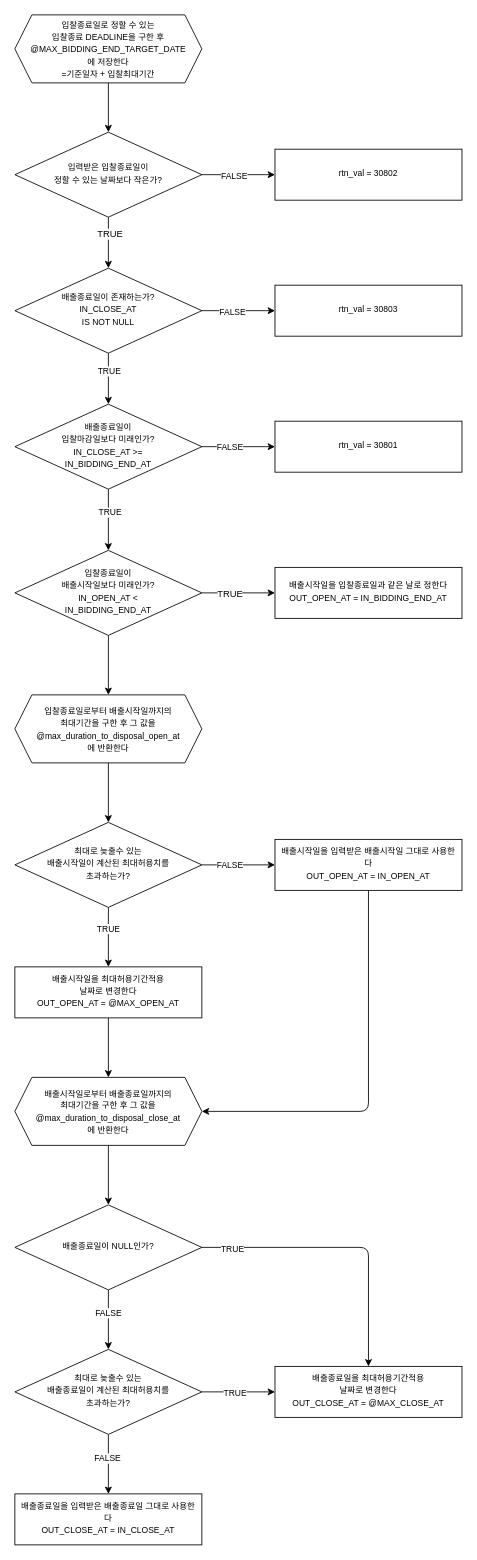
Leo-Nam/stored-procedures keeps this draw.io diagram as drawio/sp_set_bidding_schedule.drawio. Above is the earlier version. Source tidied: cells renumbered, new cells numbered last; positions are measured from the earlier drawing's top-left corner, leaving out a move shared by most shapes. Both pictures are drawn from the tidied source at 85%, with x=0, y=0 at pixel (14, 14).
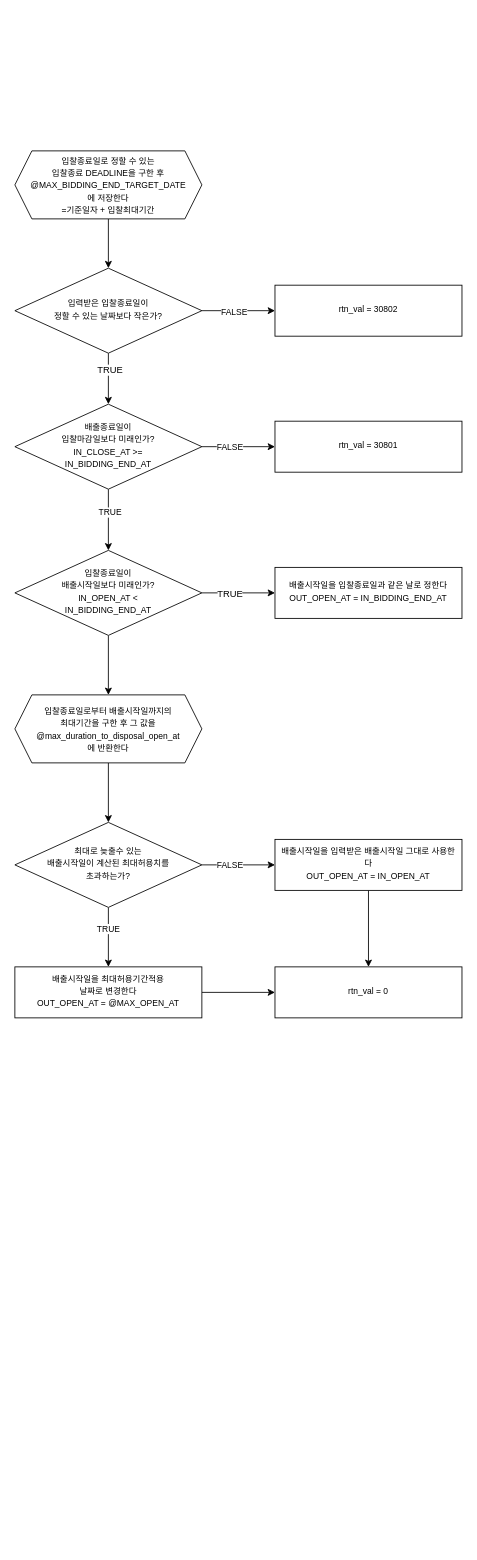
After the change.

The change refers to these unchanged cells:
```xml
<mxCell id="13" value="&lt;span style=&quot;font-size: 10px&quot;&gt;배출종료일이 &lt;br&gt;입찰마감일보다 미래인가?&lt;/span&gt;&lt;br&gt;&lt;span style=&quot;font-size: 10px&quot;&gt;IN_CLOSE_AT &amp;gt;= &lt;br&gt;IN_BIDDING_END_AT&lt;/span&gt;" style="rhombus;whiteSpace=wrap;html=1;shadow=0;strokeWidth=1;spacing=6;spacingTop=-4;" parent="1" vertex="1">
  <mxGeometry y="458" width="220" height="100" as="geometry" />
</mxCell>
<mxCell id="32" value="&lt;span style=&quot;font-size: 10px&quot;&gt;배출시작일을 최대허용기간적용 &lt;br&gt;날짜로 변경한다&lt;br&gt;OUT_OPEN_AT = @MAX_OPEN_AT&lt;/span&gt;" style="whiteSpace=wrap;html=1;shadow=0;strokeWidth=1;spacing=6;spacingTop=-4;" parent="1" vertex="1">
  <mxGeometry y="1120" width="220" height="60" as="geometry" />
</mxCell>
<mxCell id="34" value="&lt;span style=&quot;font-size: 10px&quot;&gt;배출시작일을 입력받은 배출시작일 그대로 사용한다&lt;br&gt;OUT_OPEN_AT =&amp;nbsp;&lt;/span&gt;&lt;span style=&quot;font-size: 10px&quot;&gt;IN_OPEN_AT&lt;/span&gt;" style="whiteSpace=wrap;html=1;shadow=0;strokeWidth=1;spacing=6;spacingTop=-4;" parent="1" vertex="1">
  <mxGeometry x="306" y="970" width="220" height="60" as="geometry" />
</mxCell>
```

The edit, as a diff of the source:
```diff
@@
-    <mxCell id="2" style="edgeStyle=none;html=1;exitX=0.5;exitY=1;exitDx=0;exitDy=0;entryX=0.5;entryY=0;entryDx=0;entryDy=0;" parent="1" edge="1" source="6" target="18">
+    <mxCell id="2" style="edgeStyle=none;html=1;exitX=0.5;exitY=1;exitDx=0;exitDy=0;entryX=0.5;entryY=0;entryDx=0;entryDy=0;" parent="1" edge="1" source="6" target="13">
       <mxGeometry relative="1" as="geometry" />
     </mxCell>
@@
     <mxCell id="6" value="&lt;span style=&quot;font-size: 10px&quot;&gt;입력받은 입찰종료일이 &lt;br&gt;정할 수 있는 날짜보다 작은가?&lt;/span&gt;" style="rhombus;whiteSpace=wrap;html=1;shadow=0;strokeWidth=1;spacing=6;spacingTop=-4;" parent="1" vertex="1">
-      <mxGeometry y="138" width="220" height="100" as="geometry" />
+      <mxGeometry y="298" width="220" height="100" as="geometry" />
     </mxCell>
-    <mxCell id="7" style="edgeStyle=none;html=1;entryX=0.5;entryY=0;entryDx=0;entryDy=0;exitX=0.5;exitY=1;exitDx=0;exitDy=0;" parent="1" edge="1" source="18" target="13">
-      <mxGeometry relative="1" as="geometry" />
-    </mxCell>
-    <mxCell id="8" value="TRUE" style="edgeLabel;html=1;align=center;verticalAlign=middle;fontSize=10;" parent="7" vertex="1">
-      <mxGeometry x="-0.33" relative="1" as="geometry" />
-    </mxCell>
@@
     <mxCell id="15" value="&lt;span style=&quot;font-size: 10px&quot;&gt;입찰종료일로 정할 수 있는 &lt;br&gt;입찰종료 DEADLINE을 구한 후@MAX_BIDDING_END_TARGET_DATE&lt;/span&gt;&lt;br&gt;&lt;span style=&quot;font-size: 10px&quot;&gt;에 저장한다&lt;/span&gt;&lt;span style=&quot;font-size: 10px&quot;&gt;&lt;br&gt;=기준일자 + 입찰최대기간&lt;/span&gt;" style="shape=hexagon;perimeter=hexagonPerimeter2;whiteSpace=wrap;html=1;fixedSize=1;" parent="1" vertex="1">
-      <mxGeometry width="220" height="80" as="geometry" />
+      <mxGeometry y="160" width="220" height="80" as="geometry" />
     </mxCell>
-    <mxCell id="16" style="edgeStyle=orthogonalEdgeStyle;html=1;fontSize=10;" parent="1" edge="1" source="18" target="51">
-      <mxGeometry relative="1" as="geometry" />
-    </mxCell>
-    <mxCell id="17" value="FALSE" style="edgeLabel;html=1;align=center;verticalAlign=middle;fontSize=10;" parent="16" vertex="1">
-      <mxGeometry x="-0.18" relative="1" as="geometry" />
-    </mxCell>
-    <mxCell id="18" value="&lt;span style=&quot;font-size: 10px&quot;&gt;배출종료일이 존재하는가?&lt;/span&gt;&lt;br&gt;&lt;span style=&quot;font-size: 10px&quot;&gt;IN_CLOSE_AT&lt;br&gt;IS NOT NULL&lt;/span&gt;" style="rhombus;whiteSpace=wrap;html=1;shadow=0;strokeWidth=1;spacing=6;spacingTop=-4;" parent="1" vertex="1">
-      <mxGeometry y="298" width="220" height="100" as="geometry" />
-    </mxCell>
@@
-    <mxCell id="31" style="edgeStyle=none;html=1;fontSize=10;" parent="1" edge="1" source="32" target="36">
-      <mxGeometry relative="1" as="geometry" />
-    </mxCell>
+    <mxCell id="52" style="edgeStyle=orthogonalEdgeStyle;html=1;fontSize=10;" parent="1" edge="1" source="32" target="54">
+      <mxGeometry relative="1" as="geometry" />
+    </mxCell>
@@
-    <mxCell id="33" style="edgeStyle=orthogonalEdgeStyle;html=1;entryX=1;entryY=0.5;entryDx=0;entryDy=0;fontSize=10;exitX=0.5;exitY=1;exitDx=0;exitDy=0;" parent="1" edge="1" source="34" target="36">
-      <mxGeometry relative="1" as="geometry" />
-    </mxCell>
+    <mxCell id="53" style="edgeStyle=orthogonalEdgeStyle;html=1;fontSize=10;" parent="1" edge="1" source="34" target="54">
+      <mxGeometry relative="1" as="geometry" />
+    </mxCell>
@@
-    <mxCell id="35" style="edgeStyle=orthogonalEdgeStyle;html=1;fontSize=10;" parent="1" edge="1" source="36" target="41">
-      <mxGeometry relative="1" as="geometry" />
-    </mxCell>
-    <mxCell id="36" value="&lt;span style=&quot;font-size: 10px&quot;&gt;배출시작일로부터 배출종료일까지의 &lt;br&gt;최대기간을 구한 후 그 값을@max_duration_to_disposal_close_at&lt;br&gt;에 반환한다&lt;/span&gt;" style="shape=hexagon;perimeter=hexagonPerimeter2;whiteSpace=wrap;html=1;fixedSize=1;" parent="1" vertex="1">
-      <mxGeometry y="1250" width="220" height="80" as="geometry" />
-    </mxCell>
-    <mxCell id="37" style="edgeStyle=orthogonalEdgeStyle;html=1;fontSize=10;entryX=0.5;entryY=0;entryDx=0;entryDy=0;" parent="1" edge="1" source="41" target="46">
-      <mxGeometry relative="1" as="geometry" />
-    </mxCell>
-    <mxCell id="38" value="FALSE" style="edgeLabel;html=1;align=center;verticalAlign=middle;fontSize=10;" parent="37" vertex="1">
-      <mxGeometry x="-0.25" y="-1" relative="1" as="geometry" />
-    </mxCell>
-    <mxCell id="39" style="edgeStyle=orthogonalEdgeStyle;html=1;entryX=0.5;entryY=0;entryDx=0;entryDy=0;fontSize=10;" parent="1" edge="1" source="41" target="47">
-      <mxGeometry relative="1" as="geometry" />
-    </mxCell>
-    <mxCell id="40" value="TRUE" style="edgeLabel;html=1;align=center;verticalAlign=middle;fontSize=10;" parent="39" vertex="1">
-      <mxGeometry x="-0.79" y="-1" relative="1" as="geometry" />
-    </mxCell>
-    <mxCell id="41" value="&lt;span style=&quot;font-size: 10px&quot;&gt;배출종료일이 NULL인가?&lt;/span&gt;" style="rhombus;whiteSpace=wrap;html=1;shadow=0;strokeWidth=1;spacing=6;spacingTop=-4;" parent="1" vertex="1">
-      <mxGeometry y="1400" width="220" height="100" as="geometry" />
-    </mxCell>
-    <mxCell id="42" style="edgeStyle=orthogonalEdgeStyle;html=1;fontSize=10;" parent="1" edge="1" source="46" target="47">
-      <mxGeometry relative="1" as="geometry" />
-    </mxCell>
-    <mxCell id="43" value="TRUE" style="edgeLabel;html=1;align=center;verticalAlign=middle;fontSize=10;" parent="42" vertex="1">
-      <mxGeometry x="-0.12" relative="1" as="geometry" />
-    </mxCell>
-    <mxCell id="44" style="edgeStyle=orthogonalEdgeStyle;html=1;fontSize=10;" parent="1" edge="1" source="46" target="48">
-      <mxGeometry relative="1" as="geometry" />
-    </mxCell>
-    <mxCell id="45" value="FALSE" style="edgeLabel;html=1;align=center;verticalAlign=middle;fontSize=10;" parent="44" vertex="1">
-      <mxGeometry x="-0.23" y="-2" relative="1" as="geometry" />
-    </mxCell>
-    <mxCell id="46" value="&lt;span style=&quot;font-size: 10px&quot;&gt;최대로 늦출수 있는&lt;/span&gt;&lt;br style=&quot;font-size: 10px&quot;&gt;&lt;span style=&quot;font-size: 10px&quot;&gt;배출종료일이 계산된 최대허용치를&lt;/span&gt;&lt;br style=&quot;font-size: 10px&quot;&gt;&lt;span style=&quot;font-size: 10px&quot;&gt;초과하는가?&lt;/span&gt;" style="rhombus;whiteSpace=wrap;html=1;shadow=0;strokeWidth=1;spacing=6;spacingTop=-4;" parent="1" vertex="1">
-      <mxGeometry y="1570" width="220" height="100" as="geometry" />
-    </mxCell>
-    <mxCell id="47" value="&lt;span style=&quot;font-size: 10px&quot;&gt;배출종료일을 최대허용기간적용&lt;/span&gt;&lt;br style=&quot;font-size: 10px&quot;&gt;&lt;span style=&quot;font-size: 10px&quot;&gt;날짜로 변경한다&lt;/span&gt;&lt;br style=&quot;font-size: 10px&quot;&gt;&lt;span style=&quot;font-size: 10px&quot;&gt;OUT_CLOSE_AT = @MAX_CLOSE_AT&lt;/span&gt;" style="whiteSpace=wrap;html=1;shadow=0;strokeWidth=1;spacing=6;spacingTop=-4;" parent="1" vertex="1">
-      <mxGeometry x="306" y="1590" width="220" height="60" as="geometry" />
-    </mxCell>
-    <mxCell id="48" value="&lt;span style=&quot;font-size: 10px&quot;&gt;배출종료일을 입력받은 배출종료일 그대로 사용한다&lt;/span&gt;&lt;br&gt;&lt;span style=&quot;font-size: 10px&quot;&gt;OUT_CLOSE_AT = IN_CLOSE_AT&lt;/span&gt;" style="whiteSpace=wrap;html=1;shadow=0;strokeWidth=1;spacing=6;spacingTop=-4;" parent="1" vertex="1">
-      <mxGeometry y="1740" width="220" height="60" as="geometry" />
-    </mxCell>
     <mxCell id="49" value="&lt;font style=&quot;font-size: 10px&quot;&gt;rtn_val = 30802&lt;/font&gt;" style="whiteSpace=wrap;html=1;shadow=0;strokeWidth=1;spacing=6;spacingTop=-4;" parent="1" vertex="1">
-      <mxGeometry x="306" y="158" width="220" height="60" as="geometry" />
+      <mxGeometry x="306" y="318" width="220" height="60" as="geometry" />
     </mxCell>
@@
-    <mxCell id="51" value="&lt;font style=&quot;font-size: 10px&quot;&gt;rtn_val = 30803&lt;/font&gt;" style="whiteSpace=wrap;html=1;shadow=0;strokeWidth=1;spacing=6;spacingTop=-4;" parent="1" vertex="1">
-      <mxGeometry x="306" y="318" width="220" height="60" as="geometry" />
-    </mxCell>
+    <mxCell id="54" value="&lt;font style=&quot;font-size: 10px&quot;&gt;rtn_val = 0&lt;/font&gt;" style="whiteSpace=wrap;html=1;shadow=0;strokeWidth=1;spacing=6;spacingTop=-4;" parent="1" vertex="1">
+      <mxGeometry x="306" y="1120" width="220" height="60" as="geometry" />
+    </mxCell>
```
